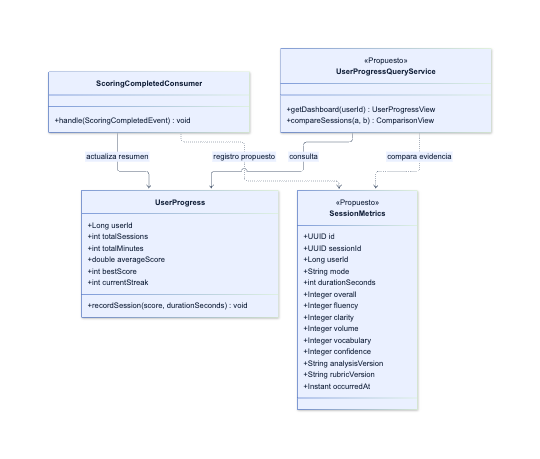
Earlier version of the Mermaid export assets/diagrams/tactical/05-progress-adaptation-classes.png (upc-pre-202620-si728-16365-thropic/talki-project-report). Its source is kept beside it as assets/diagrams/tactical/05-progress-adaptation-classes.mmd.
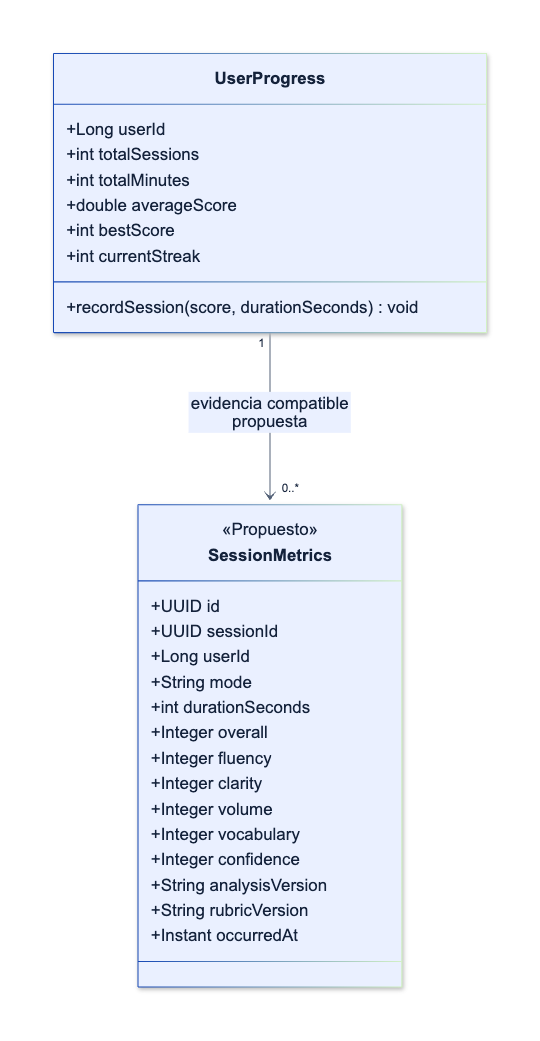
After the commit.

Diff of the diagram source:
```diff
@@ -25,15 +25,5 @@
         +String rubricVersion
         +Instant occurredAt
     }
-    class ScoringCompletedConsumer {
-        +handle(ScoringCompletedEvent) void
-    }
-    class UserProgressQueryService {
-        <<Propuesto>>
-        +getDashboard(userId) UserProgressView
-        +compareSessions(a, b) ComparisonView
-    }
-    ScoringCompletedConsumer --> UserProgress : actualiza resumen
-    ScoringCompletedConsumer ..> SessionMetrics : registro propuesto
-    UserProgressQueryService ..> UserProgress : consulta
-    UserProgressQueryService ..> SessionMetrics : compara evidencia
+
+    UserProgress "1" --> "0..*" SessionMetrics : evidencia compatible propuesta
```
